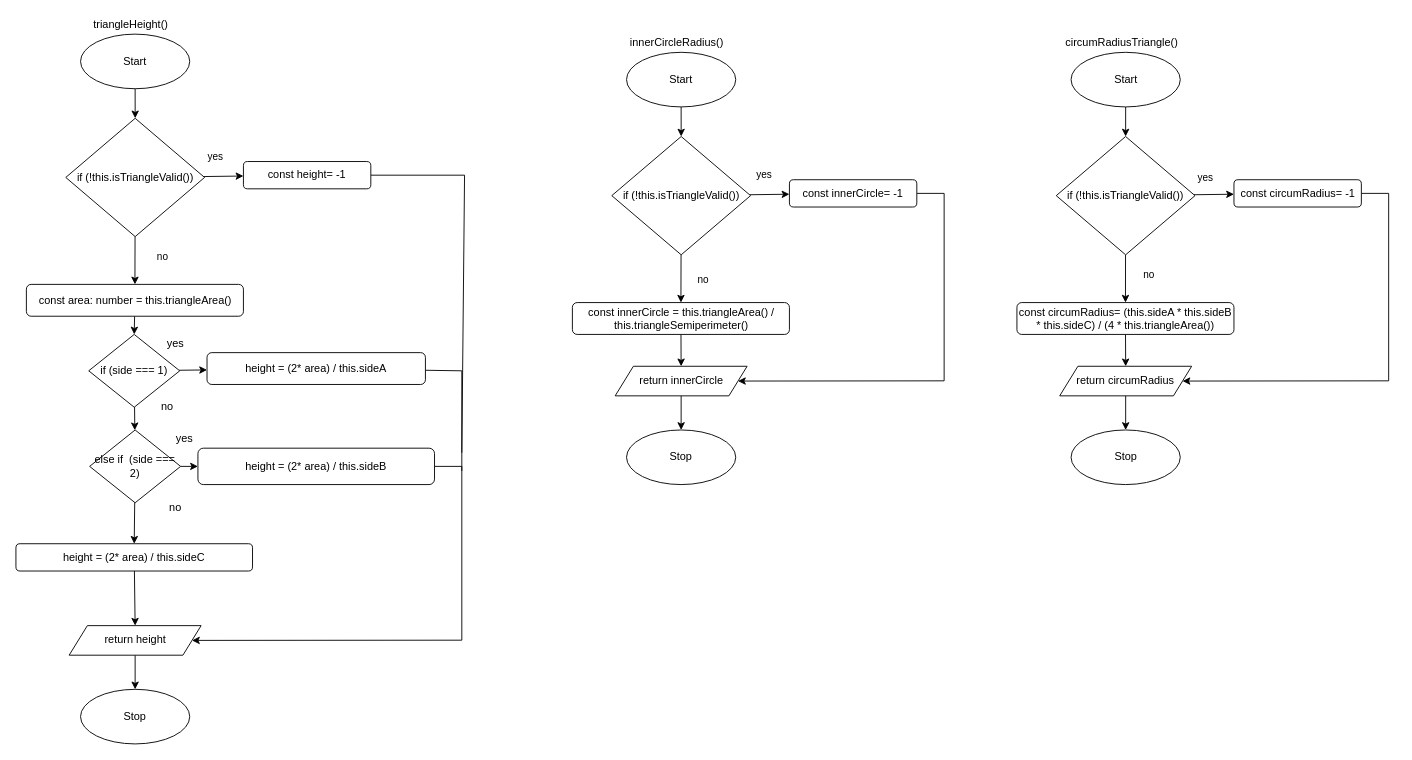
Ethan-Prieur1/ics4u-assignment-3-typescript keeps this draw.io diagram as design/flowchart.drawio. Above is the earlier version. Source tidied: cells renumbered, new cells numbered last; positions are measured from the earlier drawing's top-left corner, leaving out a move shared by most shapes. Both pictures are drawn from the tidied source at 91%, with x=0, y=0 at pixel (15, 15).
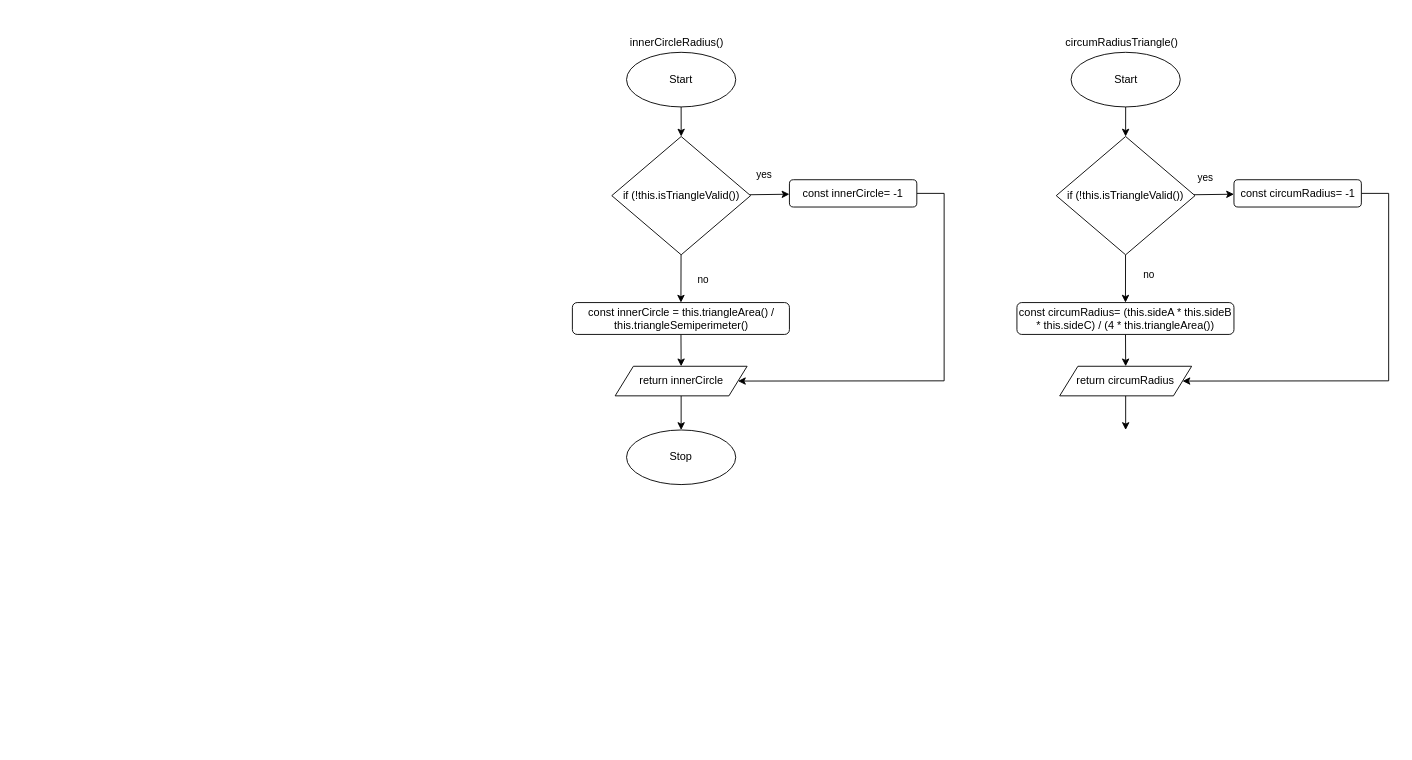
Above is the later version.

Unchanged cells that the change refers to:
```xml
<mxCell id="54" value="return circumRadius" style="shape=parallelogram;perimeter=parallelogramPerimeter;whiteSpace=wrap;html=1;fixedSize=1;" parent="1" vertex="1">
  <mxGeometry x="1147" y="385" width="145" height="32.5" as="geometry" />
</mxCell>
```

The edit, as a diff of the source:
```diff
@@
-    <mxCell id="2" value="triangleHeight()" style="text;html=1;align=center;verticalAlign=middle;strokeColor=none;fillColor=none;" parent="1" vertex="1">
-      <mxGeometry x="76" width="100" height="20" as="geometry" />
-    </mxCell>
-    <mxCell id="3" style="edgeStyle=none;html=1;entryX=0.5;entryY=0;entryDx=0;entryDy=0;" parent="1" edge="1" source="4" target="12">
-      <mxGeometry relative="1" as="geometry" />
-    </mxCell>
-    <mxCell id="4" value="const area: number = this.triangleArea()" style="rounded=1;whiteSpace=wrap;html=1;" parent="1" vertex="1">
-      <mxGeometry x="11.5" y="295" width="238.5" height="35" as="geometry" />
-    </mxCell>
-    <mxCell id="5" style="edgeStyle=none;rounded=0;html=1;entryX=0.5;entryY=0;entryDx=0;entryDy=0;fontSize=11;endArrow=classic;endFill=1;" parent="1" edge="1" source="6" target="27">
-      <mxGeometry relative="1" as="geometry" />
-    </mxCell>
-    <mxCell id="6" value="Start" style="ellipse;whiteSpace=wrap;html=1;" parent="1" vertex="1">
-      <mxGeometry x="71" y="20" width="120" height="60" as="geometry" />
-    </mxCell>
-    <mxCell id="7" value="Stop" style="ellipse;whiteSpace=wrap;html=1;" parent="1" vertex="1">
-      <mxGeometry x="71" y="740" width="120" height="60" as="geometry" />
-    </mxCell>
-    <mxCell id="8" style="edgeStyle=none;html=1;entryX=0.5;entryY=0;entryDx=0;entryDy=0;" parent="1" edge="1" source="9" target="24">
-      <mxGeometry relative="1" as="geometry" />
-    </mxCell>
-    <mxCell id="9" value="height = (2* area) / this.sideC" style="rounded=1;whiteSpace=wrap;html=1;" parent="1" vertex="1">
-      <mxGeometry y="580" width="260" height="30" as="geometry" />
-    </mxCell>
-    <mxCell id="10" style="edgeStyle=none;rounded=0;html=1;endArrow=classic;endFill=1;" parent="1" edge="1" source="12" target="17">
-      <mxGeometry relative="1" as="geometry" />
-    </mxCell>
-    <mxCell id="11" style="edgeStyle=none;rounded=0;html=1;endArrow=classic;endFill=1;" parent="1" edge="1" source="12" target="14">
-      <mxGeometry relative="1" as="geometry" />
-    </mxCell>
-    <mxCell id="12" value="if (side === 1)" style="rhombus;whiteSpace=wrap;html=1;" parent="1" vertex="1">
-      <mxGeometry x="80" y="350" width="100" height="80" as="geometry" />
-    </mxCell>
-    <mxCell id="13" style="edgeStyle=none;rounded=0;html=1;endArrow=none;endFill=0;" parent="1" edge="1" source="14">
-      <mxGeometry relative="1" as="geometry">
-        <mxPoint x="490" y="500" as="targetPoint" />
-        <Array as="points">
-          <mxPoint x="490" y="390" />
-        </Array>
-      </mxGeometry>
-    </mxCell>
-    <mxCell id="14" value="height = (2* area) / this.sideA" style="rounded=1;whiteSpace=wrap;html=1;" parent="1" vertex="1">
-      <mxGeometry x="210" y="370" width="240" height="35" as="geometry" />
-    </mxCell>
-    <mxCell id="15" style="edgeStyle=none;rounded=0;html=1;entryX=0;entryY=0.5;entryDx=0;entryDy=0;endArrow=classic;endFill=1;" parent="1" edge="1" source="17" target="19">
-      <mxGeometry relative="1" as="geometry" />
-    </mxCell>
-    <mxCell id="16" style="edgeStyle=none;html=1;entryX=0.5;entryY=0;entryDx=0;entryDy=0;" parent="1" edge="1" source="17" target="9">
-      <mxGeometry relative="1" as="geometry" />
-    </mxCell>
-    <mxCell id="17" value="else if&amp;nbsp; (side === 2)" style="rhombus;whiteSpace=wrap;html=1;" parent="1" vertex="1">
-      <mxGeometry x="81" y="455" width="100" height="80" as="geometry" />
-    </mxCell>
-    <mxCell id="18" style="edgeStyle=none;rounded=0;html=1;entryX=1;entryY=0.5;entryDx=0;entryDy=0;endArrow=classic;endFill=1;exitX=1;exitY=0.5;exitDx=0;exitDy=0;" parent="1" edge="1" source="19" target="24">
-      <mxGeometry relative="1" as="geometry">
-        <Array as="points">
-          <mxPoint x="490" y="495" />
-          <mxPoint x="490" y="686" />
-        </Array>
-      </mxGeometry>
-    </mxCell>
-    <mxCell id="19" value="height = (2* area) / this.sideB" style="rounded=1;whiteSpace=wrap;html=1;" parent="1" vertex="1">
-      <mxGeometry x="200" y="475" width="260" height="40" as="geometry" />
-    </mxCell>
-    <mxCell id="20" value="no" style="text;html=1;align=center;verticalAlign=middle;strokeColor=none;fillColor=none;" parent="1" vertex="1">
-      <mxGeometry x="151" y="420" width="30" height="20" as="geometry" />
-    </mxCell>
-    <mxCell id="21" value="yes" style="text;html=1;align=center;verticalAlign=middle;strokeColor=none;fillColor=none;" parent="1" vertex="1">
-      <mxGeometry x="160" y="350" width="30" height="20" as="geometry" />
-    </mxCell>
-    <mxCell id="22" value="no" style="text;html=1;align=center;verticalAlign=middle;strokeColor=none;fillColor=none;" parent="1" vertex="1">
-      <mxGeometry x="160" y="530" width="30" height="20" as="geometry" />
-    </mxCell>
-    <mxCell id="23" style="edgeStyle=none;rounded=0;html=1;endArrow=classic;endFill=1;" parent="1" edge="1" source="24" target="7">
-      <mxGeometry relative="1" as="geometry" />
-    </mxCell>
-    <mxCell id="24" value="return height" style="shape=parallelogram;perimeter=parallelogramPerimeter;whiteSpace=wrap;html=1;fixedSize=1;" parent="1" vertex="1">
-      <mxGeometry x="58.5" y="670" width="145" height="32.5" as="geometry" />
-    </mxCell>
-    <mxCell id="25" style="edgeStyle=none;rounded=0;html=1;fontSize=11;endArrow=classic;endFill=1;" parent="1" edge="1" source="27" target="31">
-      <mxGeometry relative="1" as="geometry" />
-    </mxCell>
-    <mxCell id="26" style="edgeStyle=none;rounded=0;html=1;fontSize=11;endArrow=classic;endFill=1;" parent="1" edge="1" source="27" target="4">
-      <mxGeometry relative="1" as="geometry" />
-    </mxCell>
-    <mxCell id="27" value="if (!this.isTriangleValid())" style="rhombus;whiteSpace=wrap;html=1;" parent="1" vertex="1">
-      <mxGeometry x="54.8" y="112.5" width="152.5" height="130" as="geometry" />
-    </mxCell>
-    <mxCell id="28" value="no" style="text;html=1;align=center;verticalAlign=middle;strokeColor=none;fillColor=none;fontSize=11;" parent="1" vertex="1">
-      <mxGeometry x="146" y="255" width="30" height="20" as="geometry" />
-    </mxCell>
-    <mxCell id="29" value="yes" style="text;html=1;align=center;verticalAlign=middle;strokeColor=none;fillColor=none;fontSize=11;" parent="1" vertex="1">
-      <mxGeometry x="203.5" y="145" width="30" height="20" as="geometry" />
-    </mxCell>
-    <mxCell id="30" style="edgeStyle=none;rounded=0;html=1;fontSize=11;endArrow=none;endFill=0;" parent="1" edge="1" source="31">
-      <mxGeometry relative="1" as="geometry">
-        <mxPoint x="490" y="480" as="targetPoint" />
-        <Array as="points">
-          <mxPoint x="493" y="175" />
-        </Array>
-      </mxGeometry>
-    </mxCell>
-    <mxCell id="31" value="const height= -1" style="rounded=1;whiteSpace=wrap;html=1;" parent="1" vertex="1">
-      <mxGeometry x="250" y="160" width="140" height="30" as="geometry" />
-    </mxCell>
@@
-    <mxCell id="52" value="Stop" style="ellipse;whiteSpace=wrap;html=1;" parent="1" vertex="1">
-      <mxGeometry x="1159.5" y="455" width="120" height="60" as="geometry" />
-    </mxCell>
-    <mxCell id="53" style="edgeStyle=none;rounded=0;html=1;endArrow=classic;endFill=1;" parent="1" edge="1" source="54" target="52">
-      <mxGeometry relative="1" as="geometry" />
+    <mxCell id="53" style="edgeStyle=none;rounded=0;html=1;endArrow=classic;endFill=1;" parent="1" edge="1" source="54">
+      <mxGeometry relative="1" as="geometry">
+        <mxPoint x="1219.5" y="455" as="targetPoint" />
+      </mxGeometry>
     </mxCell>
@@
-    <mxCell id="62" value="yes" style="text;html=1;align=center;verticalAlign=middle;strokeColor=none;fillColor=none;" parent="1" vertex="1">
-      <mxGeometry x="170" y="455" width="30" height="20" as="geometry" />
-    </mxCell>
```
